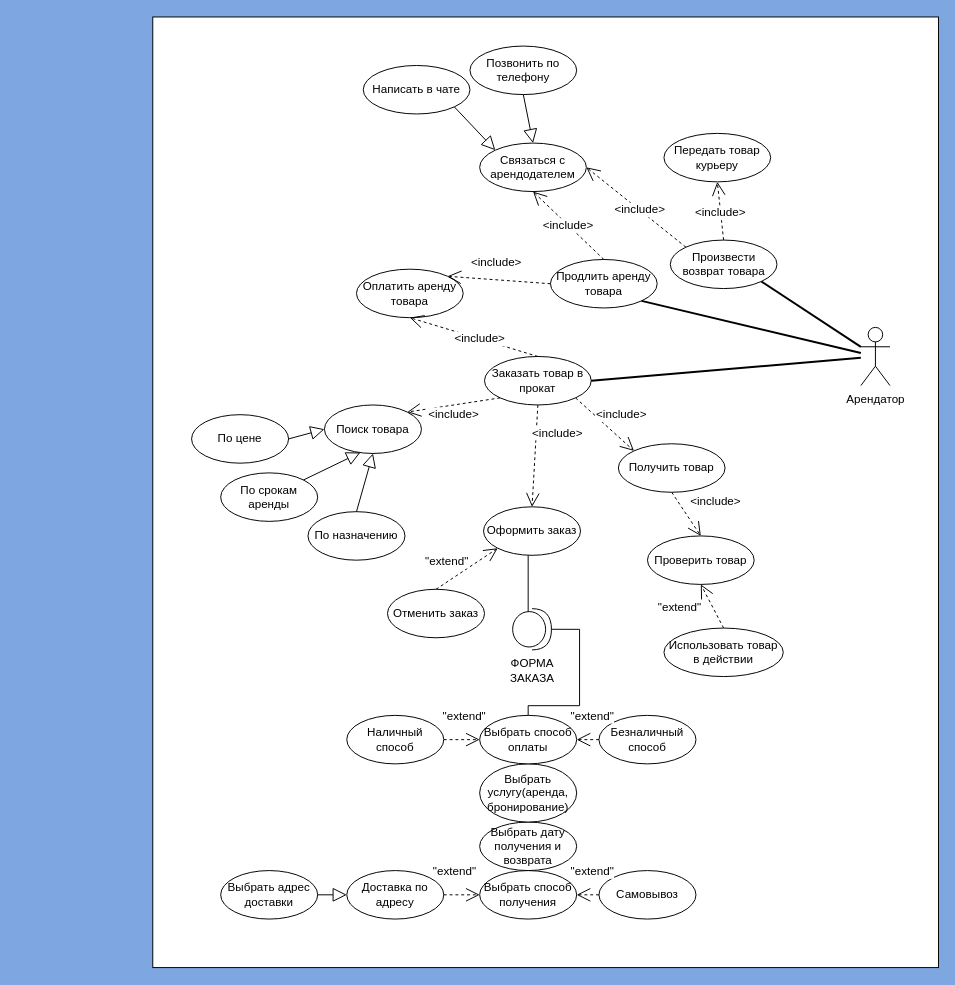
BozrikovDanila/ModelingOfProcessesAndSystems keeps this draw.io diagram as Lab2/Lab2.drawio. Above is the earlier version. Source tidied: cells renumbered, new cells numbered last; positions are measured from the earlier drawing's top-left corner, leaving out a move shared by most shapes. Both pictures are drawn from the tidied source at 97%, with x=0, y=0 at pixel (152, 16).
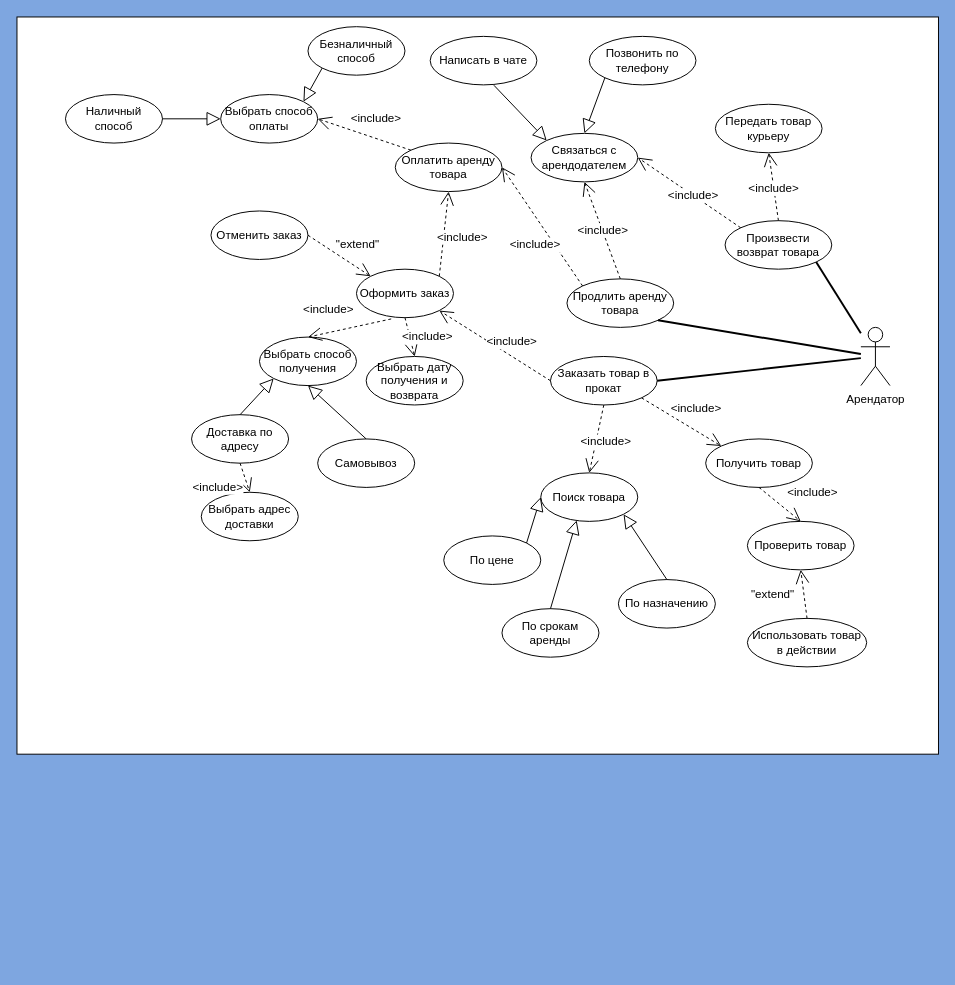
After the change.

Diff of the diagram source:
```diff
@@
     <mxCell id="2" style="rounded=0;whiteSpace=wrap;html=1;fontSize=12;shadow=0;" parent="1" vertex="1">
-      <mxGeometry width="810" height="980" as="geometry" />
+      <mxGeometry x="-140" width="950" height="760" as="geometry" />
     </mxCell>
     <mxCell id="3" value="Поиск товара" style="ellipse;whiteSpace=wrap;html=1;" parent="1" vertex="1">
-      <mxGeometry x="177" y="400" width="100" height="50" as="geometry" />
+      <mxGeometry x="400" y="470" width="100" height="50" as="geometry" />
     </mxCell>
     <mxCell id="4" value="Заказать товар в прокат" style="ellipse;whiteSpace=wrap;html=1;" parent="1" vertex="1">
-      <mxGeometry x="342" y="350" width="110" height="50" as="geometry" />
+      <mxGeometry x="410" y="350" width="110" height="50" as="geometry" />
     </mxCell>
@@
-    <mxCell id="6" style="edgeStyle=orthogonalEdgeStyle;rounded=0;sketch=0;jumpSize=6;jettySize=auto;html=1;entryX=0.4;entryY=0.076;entryDx=0;entryDy=0;entryPerimeter=0;shadow=0;fontSize=12;endArrow=none;endFill=0;endSize=12;strokeWidth=1;" parent="1" edge="1" source="7" target="20">
-      <mxGeometry relative="1" as="geometry">
-        <Array as="points">
-          <mxPoint x="387" y="570" />
-          <mxPoint x="387" y="570" />
-        </Array>
-      </mxGeometry>
-    </mxCell>
     <mxCell id="7" value="Оформить заказ" style="ellipse;whiteSpace=wrap;html=1;" parent="1" vertex="1">
-      <mxGeometry x="341" y="505" width="100" height="50" as="geometry" />
+      <mxGeometry x="210" y="260" width="100" height="50" as="geometry" />
     </mxCell>
     <mxCell id="8" value="По назначению" style="ellipse;whiteSpace=wrap;html=1;" parent="1" vertex="1">
-      <mxGeometry x="160" y="510" width="100" height="50" as="geometry" />
+      <mxGeometry x="480" y="580" width="100" height="50" as="geometry" />
     </mxCell>
     <mxCell id="9" value="По цене" style="ellipse;whiteSpace=wrap;html=1;" parent="1" vertex="1">
-      <mxGeometry x="40" y="410" width="100" height="50" as="geometry" />
+      <mxGeometry x="300" y="535" width="100" height="50" as="geometry" />
     </mxCell>
     <mxCell id="10" value="По срокам аренды" style="ellipse;whiteSpace=wrap;html=1;" parent="1" vertex="1">
-      <mxGeometry x="70" y="470" width="100" height="50" as="geometry" />
+      <mxGeometry x="360" y="610" width="100" height="50" as="geometry" />
     </mxCell>
-    <mxCell id="11" value="&amp;lt;include&amp;gt;" style="endArrow=open;endSize=12;dashed=1;html=1;fontSize=12;entryX=0.5;entryY=0;entryDx=0;entryDy=0;exitX=0.5;exitY=1;exitDx=0;exitDy=0;" parent="1" edge="1" source="4" target="7">
-      <mxGeometry x="-0.46" y="22" relative="1" as="geometry" />
+    <mxCell id="11" value="&amp;lt;include&amp;gt;" style="endArrow=open;endSize=12;dashed=1;html=1;fontSize=12;entryX=1;entryY=1;entryDx=0;entryDy=0;exitX=0;exitY=0.5;exitDx=0;exitDy=0;" parent="1" edge="1" source="4" target="7">
+      <mxGeometry x="-0.19" y="-13" relative="1" as="geometry" />
     </mxCell>
-    <mxCell id="12" value="&amp;lt;include&amp;gt;" style="endArrow=open;endSize=12;dashed=1;html=1;fontSize=12;entryX=1;entryY=0;entryDx=0;entryDy=0;exitX=0;exitY=1;exitDx=0;exitDy=0;" parent="1" edge="1" source="4" target="3">
+    <mxCell id="12" value="&amp;lt;include&amp;gt;" style="endArrow=open;endSize=12;dashed=1;html=1;fontSize=12;entryX=0.5;entryY=0;entryDx=0;entryDy=0;exitX=0.5;exitY=1;exitDx=0;exitDy=0;" parent="1" edge="1" source="4" target="3">
       <mxGeometry x="0.04" y="10" relative="1" as="geometry" />
     </mxCell>
-    <mxCell id="13" style="endArrow=block;endFill=0;endSize=12;html=1;exitX=1;exitY=0.5;exitDx=0;exitDy=0;entryX=0;entryY=0.5;entryDx=0;entryDy=0;" parent="1" edge="1" source="9" target="3">
+    <mxCell id="13" style="endArrow=block;endFill=0;endSize=12;html=1;exitX=1;exitY=0;exitDx=0;exitDy=0;entryX=0;entryY=0.5;entryDx=0;entryDy=0;" parent="1" edge="1" source="9" target="3">
       <mxGeometry relative="1" as="geometry" />
     </mxCell>
-    <mxCell id="14" style="endArrow=block;endFill=0;endSize=12;html=1;entryX=0.37;entryY=0.98;entryDx=0;entryDy=0;exitX=1;exitY=0;exitDx=0;exitDy=0;entryPerimeter=0;" parent="1" edge="1" source="10" target="3">
+    <mxCell id="14" style="endArrow=block;endFill=0;endSize=12;html=1;entryX=0.37;entryY=0.98;entryDx=0;entryDy=0;exitX=0.5;exitY=0;exitDx=0;exitDy=0;entryPerimeter=0;" parent="1" edge="1" source="10" target="3">
       <mxGeometry relative="1" as="geometry" />
     </mxCell>
-    <mxCell id="15" style="endArrow=block;endFill=0;endSize=12;html=1;exitX=0.5;exitY=0;exitDx=0;exitDy=0;entryX=0.5;entryY=1;entryDx=0;entryDy=0;" parent="1" edge="1" source="8" target="3">
+    <mxCell id="15" style="endArrow=block;endFill=0;endSize=12;html=1;exitX=0.5;exitY=0;exitDx=0;exitDy=0;entryX=1;entryY=1;entryDx=0;entryDy=0;" parent="1" edge="1" source="8" target="3">
       <mxGeometry relative="1" as="geometry" />
     </mxCell>
-    <mxCell id="16" style="endArrow=open;html=1;shadow=0;strokeWidth=1;dashed=1;endFill=0;endSize=12;sketch=0;exitX=0.5;exitY=0;exitDx=0;exitDy=0;entryX=0;entryY=1;entryDx=0;entryDy=0;" parent="1" edge="1" source="18" target="7">
+    <mxCell id="16" style="endArrow=open;html=1;shadow=0;strokeWidth=1;dashed=1;endFill=0;endSize=12;sketch=0;exitX=1;exitY=0.5;exitDx=0;exitDy=0;entryX=0;entryY=0;entryDx=0;entryDy=0;" parent="1" edge="1" source="18" target="7">
       <mxGeometry relative="1" as="geometry" />
     </mxCell>
     <mxCell id="17" value="&quot;extend&quot;" style="edgeLabel;html=1;align=center;verticalAlign=middle;fontSize=12;" parent="16" vertex="1">
       <mxGeometry x="0.19" y="-2" relative="1" as="geometry">
-        <mxPoint x="-28" y="-6" as="offset" />
+        <mxPoint x="13" y="-17" as="offset" />
       </mxGeometry>
     </mxCell>
     <mxCell id="18" value="Отменить заказ" style="ellipse;whiteSpace=wrap;html=1;" parent="1" vertex="1">
-      <mxGeometry x="242" y="590" width="100" height="50" as="geometry" />
+      <mxGeometry x="60" y="200" width="100" height="50" as="geometry" />
     </mxCell>
-    <mxCell id="19" style="edgeStyle=orthogonalEdgeStyle;rounded=0;sketch=0;jumpSize=6;jettySize=auto;html=1;exitX=1;exitY=0.5;exitDx=0;exitDy=0;exitPerimeter=0;shadow=0;fontSize=12;endArrow=none;endFill=0;endSize=12;strokeWidth=1;" parent="1" edge="1" source="20">
-      <mxGeometry relative="1" as="geometry">
-        <mxPoint x="387" y="720" as="targetPoint" />
-        <Array as="points">
-          <mxPoint x="440" y="631" />
-          <mxPoint x="440" y="710" />
-          <mxPoint x="387" y="710" />
-        </Array>
-      </mxGeometry>
-    </mxCell>
-    <mxCell id="20" value="ФОРМА&lt;br&gt;ЗАКАЗА" style="shape=providedRequiredInterface;html=1;verticalLabelPosition=bottom;fontSize=12;rotation=0;" parent="1" vertex="1">
-      <mxGeometry x="371" y="610" width="40" height="42.5" as="geometry" />
-    </mxCell>
     <mxCell id="21" value="Произвести возврат товара" style="ellipse;whiteSpace=wrap;html=1;" parent="1" vertex="1">
-      <mxGeometry x="533.5" y="230" width="110" height="50" as="geometry" />
+      <mxGeometry x="590" y="210" width="110" height="50" as="geometry" />
     </mxCell>
@@
     <mxCell id="23" value="Связаться с арендодателем" style="ellipse;whiteSpace=wrap;html=1;" parent="1" vertex="1">
-      <mxGeometry x="337" y="130" width="110" height="50" as="geometry" />
+      <mxGeometry x="390" y="120" width="110" height="50" as="geometry" />
     </mxCell>
     <mxCell id="24" value="Написать в чате" style="ellipse;whiteSpace=wrap;html=1;" parent="1" vertex="1">
-      <mxGeometry x="217" y="50" width="110" height="50" as="geometry" />
+      <mxGeometry x="286" y="20" width="110" height="50" as="geometry" />
     </mxCell>
     <mxCell id="25" value="Позвонить по телефону" style="ellipse;whiteSpace=wrap;html=1;" parent="1" vertex="1">
-      <mxGeometry x="327" y="30" width="110" height="50" as="geometry" />
+      <mxGeometry x="450" y="20" width="110" height="50" as="geometry" />
     </mxCell>
-    <mxCell id="26" style="endArrow=block;endFill=0;endSize=12;html=1;exitX=1;exitY=1;exitDx=0;exitDy=0;entryX=0;entryY=0;entryDx=0;entryDy=0;" parent="1" edge="1" source="24" target="23">
+    <mxCell id="26" style="endArrow=block;endFill=0;endSize=12;html=1;exitX=0.597;exitY=1.008;exitDx=0;exitDy=0;entryX=0;entryY=0;entryDx=0;entryDy=0;exitPerimeter=0;" parent="1" edge="1" source="24" target="23">
       <mxGeometry relative="1" as="geometry" />
     </mxCell>
-    <mxCell id="27" style="endArrow=block;endFill=0;endSize=12;html=1;exitX=0.5;exitY=1;exitDx=0;exitDy=0;entryX=0.5;entryY=0;entryDx=0;entryDy=0;" parent="1" edge="1" source="25" target="23">
+    <mxCell id="27" style="endArrow=block;endFill=0;endSize=12;html=1;exitX=0;exitY=1;exitDx=0;exitDy=0;entryX=0.5;entryY=0;entryDx=0;entryDy=0;" parent="1" edge="1" source="25" target="23">
       <mxGeometry relative="1" as="geometry" />
     </mxCell>
     <mxCell id="28" value="Передать товар курьеру" style="ellipse;whiteSpace=wrap;html=1;" parent="1" vertex="1">
-      <mxGeometry x="527" y="120" width="110" height="50" as="geometry" />
+      <mxGeometry x="580" y="90" width="110" height="50" as="geometry" />
     </mxCell>
@@
     <mxCell id="30" value="Получить товар" style="ellipse;whiteSpace=wrap;html=1;" parent="1" vertex="1">
-      <mxGeometry x="480" y="440" width="110" height="50" as="geometry" />
+      <mxGeometry x="570" y="435" width="110" height="50" as="geometry" />
     </mxCell>
     <mxCell id="31" value="Проверить товар" style="ellipse;whiteSpace=wrap;html=1;" parent="1" vertex="1">
-      <mxGeometry x="510" y="535" width="110" height="50" as="geometry" />
+      <mxGeometry x="613" y="520" width="110" height="50" as="geometry" />
     </mxCell>
     <mxCell id="32" value="&amp;lt;include&amp;gt;" style="endArrow=open;endSize=12;dashed=1;html=1;fontSize=12;exitX=0.5;exitY=1;exitDx=0;exitDy=0;entryX=0.5;entryY=0;entryDx=0;entryDy=0;" parent="1" edge="1" source="30" target="31">
-      <mxGeometry x="0.23" y="32" relative="1" as="geometry" />
+      <mxGeometry x="0.65" y="31" relative="1" as="geometry" />
     </mxCell>
     <mxCell id="33" value="Использовать товар в действии" style="ellipse;whiteSpace=wrap;html=1;" parent="1" vertex="1">
-      <mxGeometry x="527" y="630" width="123" height="50" as="geometry" />
+      <mxGeometry x="613" y="620" width="123" height="50" as="geometry" />
     </mxCell>
@@
     <mxCell id="38" value="Продлить аренду товара" style="ellipse;whiteSpace=wrap;html=1;" parent="1" vertex="1">
-      <mxGeometry x="410" y="250" width="110" height="50" as="geometry" />
+      <mxGeometry x="427" y="270" width="110" height="50" as="geometry" />
     </mxCell>
     <mxCell id="39" value="Оплатить аренду&lt;br&gt;товара" style="ellipse;whiteSpace=wrap;html=1;" parent="1" vertex="1">
-      <mxGeometry x="210" y="260" width="110" height="50" as="geometry" />
+      <mxGeometry x="250" y="130" width="110" height="50" as="geometry" />
     </mxCell>
@@
-    <mxCell id="41" value="&amp;lt;include&amp;gt;" style="endArrow=open;endSize=12;dashed=1;html=1;fontSize=12;exitX=0;exitY=0.5;exitDx=0;exitDy=0;entryX=1;entryY=0;entryDx=0;entryDy=0;" parent="1" edge="1" source="38" target="39">
-      <mxGeometry x="0.07" y="-18" relative="1" as="geometry" />
+    <mxCell id="41" value="&amp;lt;include&amp;gt;" style="endArrow=open;endSize=12;dashed=1;html=1;fontSize=12;exitX=0;exitY=0;exitDx=0;exitDy=0;entryX=1;entryY=0.5;entryDx=0;entryDy=0;" parent="1" edge="1" source="38" target="39">
+      <mxGeometry x="-0.16" y="16" relative="1" as="geometry">
+        <mxPoint x="-1" as="offset" />
+      </mxGeometry>
     </mxCell>
-    <mxCell id="42" value="&amp;lt;include&amp;gt;" style="endArrow=open;endSize=12;dashed=1;html=1;fontSize=12;exitX=0.5;exitY=0;exitDx=0;exitDy=0;entryX=0.5;entryY=1;entryDx=0;entryDy=0;" parent="1" edge="1" source="4" target="39">
-      <mxGeometry x="-0.08" relative="1" as="geometry" />
+    <mxCell id="42" value="&amp;lt;include&amp;gt;" style="endArrow=open;endSize=12;dashed=1;html=1;fontSize=12;exitX=1;exitY=0;exitDx=0;exitDy=0;entryX=0.5;entryY=1;entryDx=0;entryDy=0;" parent="1" edge="1" source="7" target="39">
+      <mxGeometry x="-0.03" y="-20" relative="1" as="geometry">
+        <mxPoint x="-1" as="offset" />
+      </mxGeometry>
     </mxCell>
@@
+    <mxCell id="45" value="Безналичный&lt;br&gt;способ" style="ellipse;whiteSpace=wrap;html=1;" parent="1" vertex="1">
+      <mxGeometry x="160" y="10" width="100" height="50" as="geometry" />
+    </mxCell>
+    <mxCell id="62" value="&amp;lt;include&amp;gt;" style="endArrow=open;endSize=12;dashed=1;html=1;fontSize=12;entryX=0;entryY=0;entryDx=0;entryDy=0;exitX=1;exitY=1;exitDx=0;exitDy=0;" parent="1" edge="1" source="4" target="30">
+      <mxGeometry x="0.12" y="19" relative="1" as="geometry" />
+    </mxCell>
+    <mxCell id="49" value="Выбрать адрес доставки" style="ellipse;whiteSpace=wrap;html=1;" parent="1" vertex="1">
+      <mxGeometry x="50" y="490" width="100" height="50" as="geometry" />
+    </mxCell>
+    <mxCell id="48" value="Доставка по адресу" style="ellipse;whiteSpace=wrap;html=1;" parent="1" vertex="1">
+      <mxGeometry x="40" y="410" width="100" height="50" as="geometry" />
+    </mxCell>
+    <mxCell id="47" value="Выбрать способ получения" style="ellipse;whiteSpace=wrap;html=1;" parent="1" vertex="1">
+      <mxGeometry x="110" y="330" width="100" height="50" as="geometry" />
+    </mxCell>
     <mxCell id="44" value="Самовывоз" style="ellipse;whiteSpace=wrap;html=1;" parent="1" vertex="1">
-      <mxGeometry x="460" y="880" width="100" height="50" as="geometry" />
+      <mxGeometry x="170" y="435" width="100" height="50" as="geometry" />
     </mxCell>
-    <mxCell id="45" value="Безналичный&lt;br&gt;способ" style="ellipse;whiteSpace=wrap;html=1;" parent="1" vertex="1">
-      <mxGeometry x="460" y="720" width="100" height="50" as="geometry" />
-    </mxCell>
+    <mxCell id="50" value="Выбрать дату получения и возврата" style="ellipse;whiteSpace=wrap;html=1;" parent="1" vertex="1">
+      <mxGeometry x="220" y="350" width="100" height="50" as="geometry" />
+    </mxCell>
+    <mxCell id="52" value="Выбрать способ оплаты" style="ellipse;whiteSpace=wrap;html=1;" parent="1" vertex="1">
+      <mxGeometry x="70" y="80" width="100" height="50" as="geometry" />
+    </mxCell>
     <mxCell id="46" value="Наличный способ" style="ellipse;whiteSpace=wrap;html=1;" parent="1" vertex="1">
-      <mxGeometry x="200" y="720" width="100" height="50" as="geometry" />
+      <mxGeometry x="-90" y="80" width="100" height="50" as="geometry" />
     </mxCell>
-    <mxCell id="47" value="Выбрать способ получения" style="ellipse;whiteSpace=wrap;html=1;" parent="1" vertex="1">
-      <mxGeometry x="337" y="880" width="100" height="50" as="geometry" />
-    </mxCell>
-    <mxCell id="48" value="Доставка по адресу" style="ellipse;whiteSpace=wrap;html=1;" parent="1" vertex="1">
-      <mxGeometry x="200" y="880" width="100" height="50" as="geometry" />
-    </mxCell>
-    <mxCell id="49" value="Выбрать адрес доставки" style="ellipse;whiteSpace=wrap;html=1;" parent="1" vertex="1">
-      <mxGeometry x="70" y="880" width="100" height="50" as="geometry" />
-    </mxCell>
-    <mxCell id="50" value="Выбрать дату получения и возврата" style="ellipse;whiteSpace=wrap;html=1;" parent="1" vertex="1">
-      <mxGeometry x="337" y="830" width="100" height="50" as="geometry" />
-    </mxCell>
-    <mxCell id="51" value="Выбрать услугу(аренда, бронирование)" style="ellipse;whiteSpace=wrap;html=1;" parent="1" vertex="1">
-      <mxGeometry x="337" y="770" width="100" height="60" as="geometry" />
-    </mxCell>
-    <mxCell id="52" value="Выбрать способ оплаты" style="ellipse;whiteSpace=wrap;html=1;" parent="1" vertex="1">
-      <mxGeometry x="337" y="720" width="100" height="50" as="geometry" />
-    </mxCell>
+    <mxCell id="63" value="&amp;lt;include&amp;gt;" style="endArrow=open;endSize=12;dashed=1;html=1;fontSize=12;exitX=0;exitY=0;exitDx=0;exitDy=0;entryX=1;entryY=0.5;entryDx=0;entryDy=0;" parent="1" edge="1" source="39" target="52">
+      <mxGeometry x="-0.12" y="-19" relative="1" as="geometry" />
+    </mxCell>
+    <mxCell id="64" value="&amp;lt;include&amp;gt;" style="endArrow=open;endSize=12;dashed=1;html=1;fontSize=12;entryX=0.5;entryY=0;entryDx=0;entryDy=0;exitX=0.5;exitY=1;exitDx=0;exitDy=0;" parent="1" edge="1" source="7" target="50">
+      <mxGeometry x="0.22" y="17" relative="1" as="geometry" />
+    </mxCell>
+    <mxCell id="65" value="&amp;lt;include&amp;gt;" style="endArrow=open;endSize=12;dashed=1;html=1;fontSize=12;entryX=0.5;entryY=0;entryDx=0;entryDy=0;exitX=0.358;exitY=1.026;exitDx=0;exitDy=0;exitPerimeter=0;" parent="1" edge="1" source="7" target="47">
+      <mxGeometry x="0.42" y="-22" relative="1" as="geometry">
+        <mxPoint y="-1" as="offset" />
+      </mxGeometry>
+    </mxCell>
-    <mxCell id="53" style="endArrow=open;html=1;shadow=0;strokeWidth=1;dashed=1;endFill=0;endSize=12;sketch=0;exitX=1;exitY=0.5;exitDx=0;exitDy=0;entryX=0;entryY=0.5;entryDx=0;entryDy=0;" parent="1" edge="1" source="46" target="52">
+    <mxCell id="53" style="endArrow=block;endFill=0;endSize=12;html=1;exitX=1;exitY=0.5;exitDx=0;exitDy=0;entryX=0;entryY=0.5;entryDx=0;entryDy=0;" parent="1" edge="1" source="46" target="52">
       <mxGeometry relative="1" as="geometry" />
     </mxCell>
-    <mxCell id="54" value="&quot;extend&quot;" style="edgeLabel;html=1;align=center;verticalAlign=middle;fontSize=12;" parent="53" vertex="1">
-      <mxGeometry x="0.19" y="-2" relative="1" as="geometry">
-        <mxPoint x="-2" y="-27" as="offset" />
-      </mxGeometry>
-    </mxCell>
-    <mxCell id="55" style="endArrow=open;html=1;shadow=0;strokeWidth=1;dashed=1;endFill=0;endSize=12;sketch=0;exitX=0;exitY=0.5;exitDx=0;exitDy=0;entryX=1;entryY=0.5;entryDx=0;entryDy=0;" parent="1" edge="1" source="45" target="52">
+    <mxCell id="55" style="endArrow=block;endFill=0;endSize=12;html=1;exitX=0;exitY=1;exitDx=0;exitDy=0;entryX=1;entryY=0;entryDx=0;entryDy=0;" parent="1" edge="1" source="45" target="52">
       <mxGeometry relative="1" as="geometry" />
     </mxCell>
-    <mxCell id="56" value="&quot;extend&quot;" style="edgeLabel;html=1;align=center;verticalAlign=middle;fontSize=12;" parent="55" vertex="1">
-      <mxGeometry x="0.19" y="-2" relative="1" as="geometry">
-        <mxPoint x="6" y="-23" as="offset" />
-      </mxGeometry>
-    </mxCell>
+    <mxCell id="59" style="endArrow=block;endFill=0;endSize=12;html=1;entryX=0.5;entryY=1;entryDx=0;entryDy=0;exitX=0.5;exitY=0;exitDx=0;exitDy=0;" parent="1" edge="1" source="44" target="47">
+      <mxGeometry relative="1" as="geometry" />
+    </mxCell>
-    <mxCell id="57" style="endArrow=open;html=1;shadow=0;strokeWidth=1;dashed=1;endFill=0;endSize=12;sketch=0;exitX=1;exitY=0.5;exitDx=0;exitDy=0;entryX=0;entryY=0.5;entryDx=0;entryDy=0;" parent="1" edge="1" source="48" target="47">
+    <mxCell id="57" style="endArrow=block;endFill=0;endSize=12;html=1;exitX=0.5;exitY=0;exitDx=0;exitDy=0;entryX=0;entryY=1;entryDx=0;entryDy=0;" parent="1" edge="1" source="48" target="47">
       <mxGeometry relative="1" as="geometry" />
     </mxCell>
-    <mxCell id="58" value="&quot;extend&quot;" style="edgeLabel;html=1;align=center;verticalAlign=middle;fontSize=12;" parent="57" vertex="1">
-      <mxGeometry x="0.19" y="-2" relative="1" as="geometry">
-        <mxPoint x="-12" y="-27" as="offset" />
-      </mxGeometry>
-    </mxCell>
-    <mxCell id="59" style="endArrow=open;html=1;shadow=0;strokeWidth=1;dashed=1;endFill=0;endSize=12;sketch=0;exitX=0;exitY=0.5;exitDx=0;exitDy=0;" parent="1" edge="1" source="44" target="47">
-      <mxGeometry relative="1" as="geometry" />
-    </mxCell>
-    <mxCell id="60" value="&quot;extend&quot;" style="edgeLabel;html=1;align=center;verticalAlign=middle;fontSize=12;" parent="59" vertex="1">
-      <mxGeometry x="0.19" y="-2" relative="1" as="geometry">
-        <mxPoint x="6" y="-23" as="offset" />
-      </mxGeometry>
-    </mxCell>
-    <mxCell id="61" style="endArrow=block;endFill=0;endSize=12;html=1;exitX=1;exitY=0.5;exitDx=0;exitDy=0;entryX=0;entryY=0.5;entryDx=0;entryDy=0;" parent="1" edge="1" source="49" target="48">
-      <mxGeometry relative="1" as="geometry" />
-    </mxCell>
-    <mxCell id="62" value="&amp;lt;include&amp;gt;" style="endArrow=open;endSize=12;dashed=1;html=1;fontSize=12;entryX=0;entryY=0;entryDx=0;entryDy=0;exitX=1;exitY=1;exitDx=0;exitDy=0;" parent="1" edge="1" source="4" target="30">
-      <mxGeometry x="0.12" y="19" relative="1" as="geometry" />
-    </mxCell>
+    <mxCell id="66" value="&amp;lt;include&amp;gt;" style="endArrow=open;endSize=12;dashed=1;html=1;fontSize=12;exitX=0.5;exitY=1;exitDx=0;exitDy=0;entryX=0.5;entryY=0;entryDx=0;entryDy=0;" parent="1" edge="1" source="48" target="49">
+      <mxGeometry y="-30" relative="1" as="geometry" />
+    </mxCell>
```
